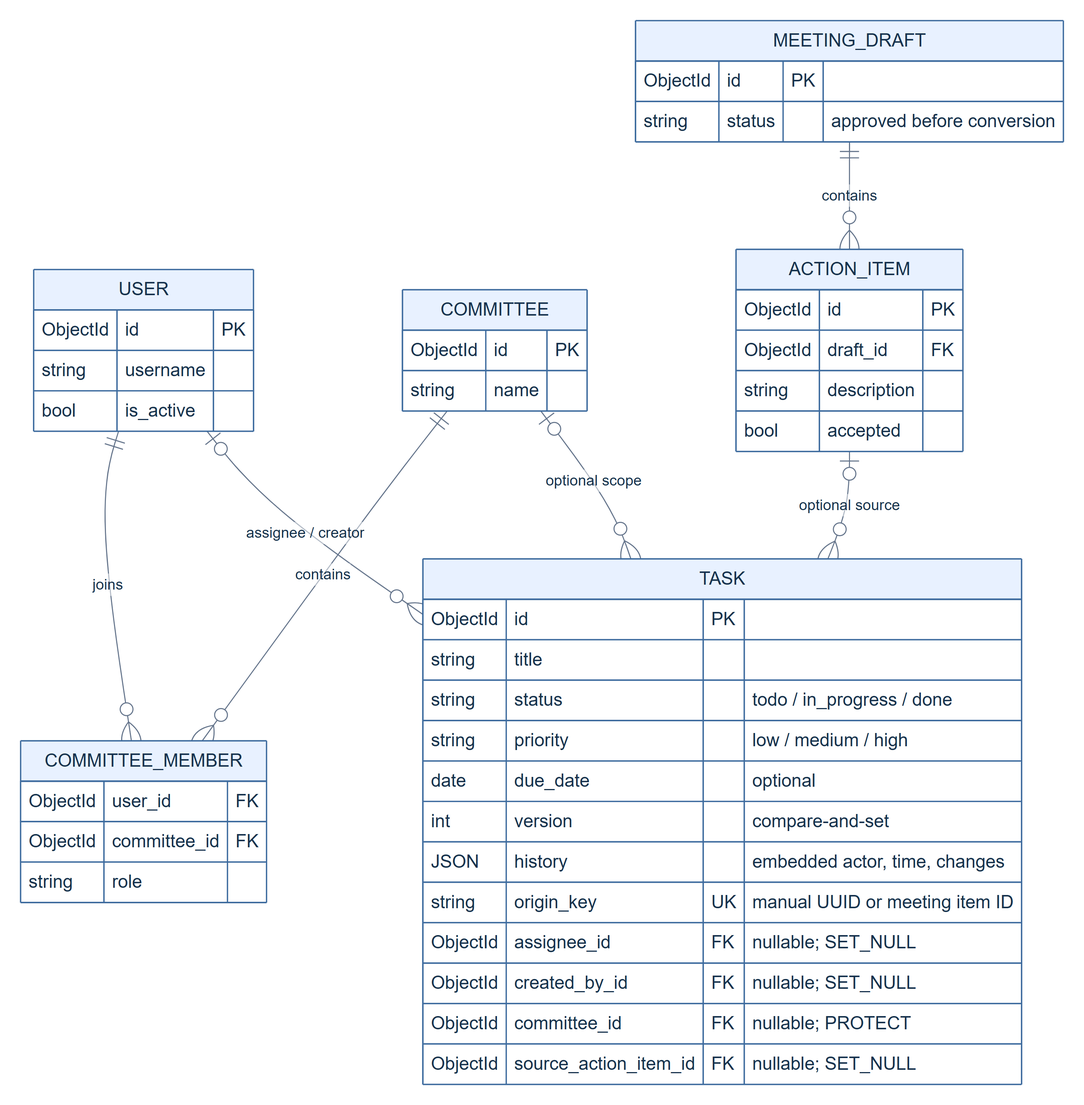
The Mermaid diagram docs/diagrams/task-domain.png in aayowole1/Software-Eng, before a commit. Its source is kept beside it as docs/diagrams/task-domain.mmd.
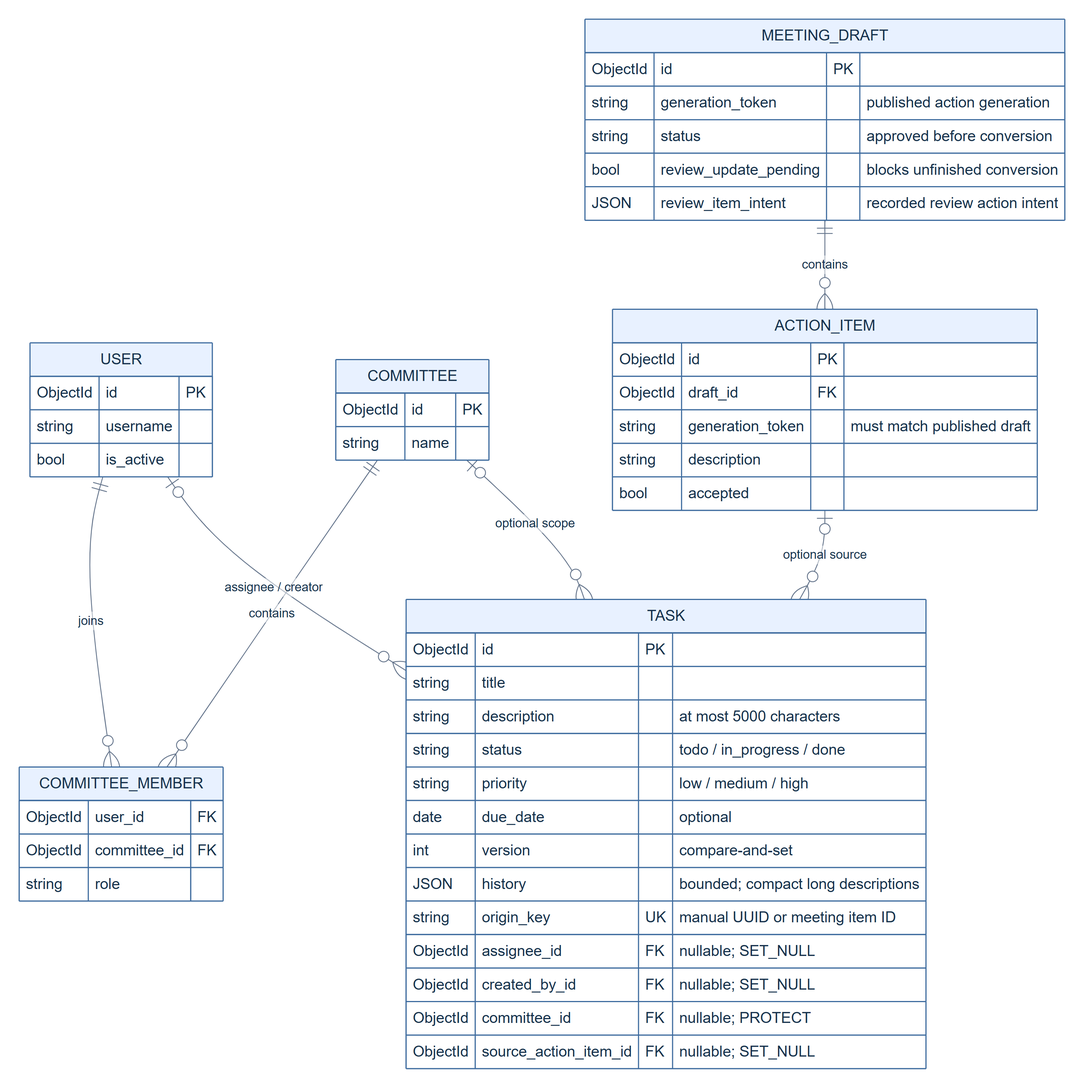
Later version of the same file.

Change to the diagram source:
```diff
@@ -18,11 +18,12 @@
     TASK {
         ObjectId id PK
         string title
+        string description "at most 5000 characters"
         string status "todo / in_progress / done"
         string priority "low / medium / high"
         date due_date "optional"
         int version "compare-and-set"
-        JSON history "embedded actor, time, changes"
+        JSON history "bounded; compact long descriptions"
         string origin_key UK "manual UUID or meeting item ID"
         ObjectId assignee_id FK "nullable; SET_NULL"
         ObjectId created_by_id FK "nullable; SET_NULL"
@@ -31,11 +32,15 @@
     }
     MEETING_DRAFT {
         ObjectId id PK
+        string generation_token "published action generation"
         string status "approved before conversion"
+        bool review_update_pending "blocks unfinished conversion"
+        JSON review_item_intent "recorded review action intent"
     }
     ACTION_ITEM {
         ObjectId id PK
         ObjectId draft_id FK
+        string generation_token "must match published draft"
         string description
         bool accepted
     }
```
